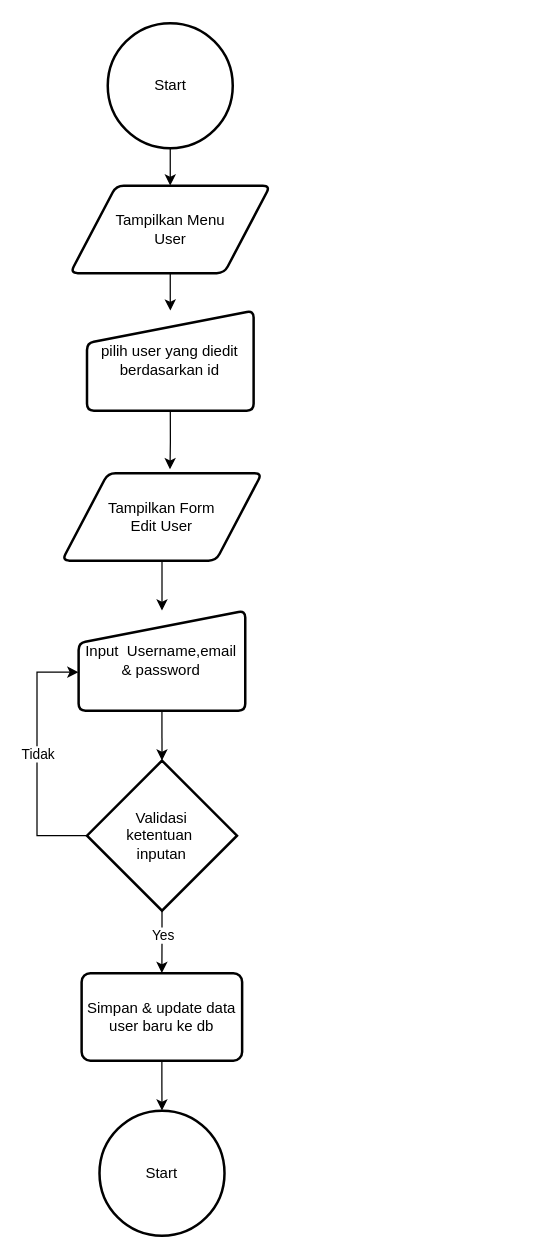
Erickdae06/SKRIPSI keeps this draw.io diagram as page "edit user" (4 of 7) of Flowchart Login Auth.drawio. Above is the earlier version. Source tidied: cells renumbered, new cells numbered last; positions are measured from the earlier drawing's top-left corner, leaving out a move shared by most shapes. Both pictures are drawn from the tidied source at 125%, with x=0, y=0 at pixel (36, 22).
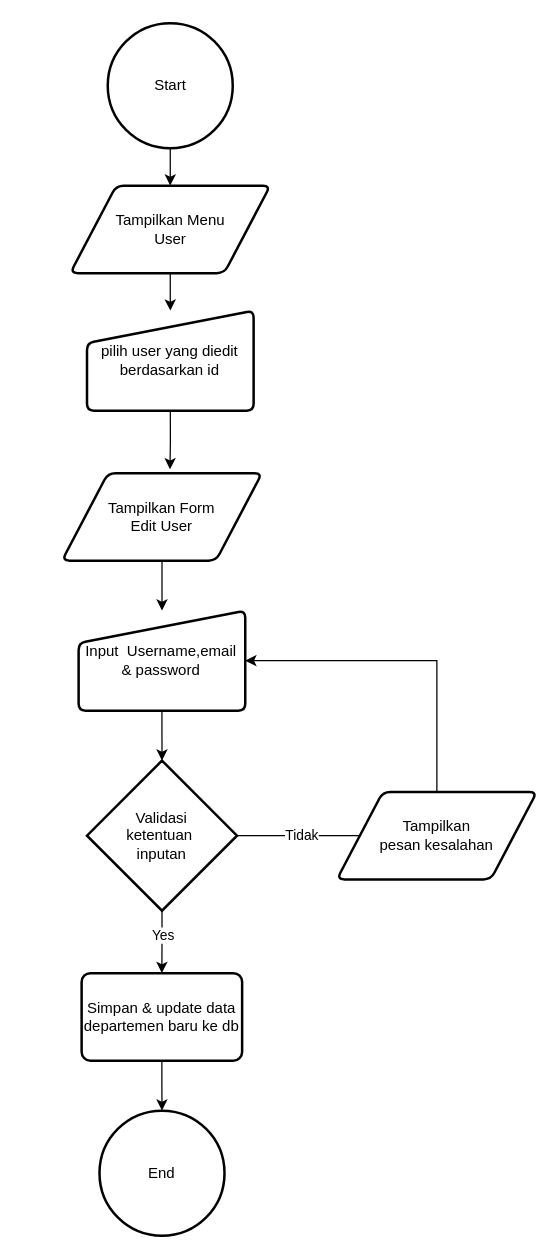
Above is the later version.

Unchanged cells that the change refers to:
```xml
<mxCell id="6" value="Validasi &lt;br&gt;ketentuan&amp;nbsp;&lt;br&gt;inputan" style="strokeWidth=2;html=1;shape=mxgraph.flowchart.decision;whiteSpace=wrap;" parent="1" vertex="1">
  <mxGeometry x="40.1" y="590" width="120" height="120" as="geometry" />
</mxCell>
<mxCell id="8" value="Input&amp;nbsp; Username,email &amp;amp; password" style="html=1;strokeWidth=2;shape=manualInput;whiteSpace=wrap;rounded=1;size=26;arcSize=11;" parent="1" vertex="1">
  <mxGeometry x="33.4" y="470" width="133.3" height="80" as="geometry" />
</mxCell>
```

Diff of the diagram source:
```diff
@@
-    <mxCell id="7" value="Simpan &amp;amp; update data user baru ke db" style="rounded=1;whiteSpace=wrap;html=1;absoluteArcSize=1;arcSize=14;strokeWidth=2;" parent="1" vertex="1">
+    <mxCell id="7" value="Simpan &amp;amp; update data departemen baru ke db" style="rounded=1;whiteSpace=wrap;html=1;absoluteArcSize=1;arcSize=14;strokeWidth=2;" parent="1" vertex="1">
       <mxGeometry x="35.8" y="760" width="128.4" height="70" as="geometry" />
     </mxCell>
@@
-    <mxCell id="12" style="edgeStyle=orthogonalEdgeStyle;rounded=0;jettySize=auto;html=1;exitX=0;exitY=0.5;exitDx=0;exitDy=0;exitPerimeter=0;entryX=-0.001;entryY=0.615;entryDx=0;entryDy=0;entryPerimeter=0;" parent="1" edge="1" source="6" target="8">
-      <mxGeometry relative="1" as="geometry">
-        <Array as="points">
-          <mxPoint x="0.1" y="650" />
-          <mxPoint x="0.1" y="519" />
-        </Array>
-      </mxGeometry>
-    </mxCell>
-    <mxCell id="13" value="Tidak" style="edgeLabel;html=1;align=center;verticalAlign=middle;" parent="12" vertex="1">
-      <mxGeometry x="0.04" relative="1" as="geometry" />
-    </mxCell>
@@
-    <mxCell id="18" value="Start" style="strokeWidth=2;html=1;shape=mxgraph.flowchart.start_2;whiteSpace=wrap;" parent="1" vertex="1">
+    <mxCell id="18" value="End" style="strokeWidth=2;html=1;shape=mxgraph.flowchart.start_2;whiteSpace=wrap;" parent="1" vertex="1">
       <mxGeometry x="50.1" y="870" width="100" height="100" as="geometry" />
     </mxCell>
@@
+    <mxCell id="20" style="edgeStyle=orthogonalEdgeStyle;rounded=0;jettySize=auto;html=1;exitX=0.5;exitY=0;exitDx=0;exitDy=0;entryX=1;entryY=0.5;entryDx=0;entryDy=0;" parent="1" edge="1" source="21" target="8">
+      <mxGeometry relative="1" as="geometry" />
+    </mxCell>
+    <mxCell id="21" value="Tampilkan &lt;br&gt;pesan kesalahan" style="shape=parallelogram;html=1;strokeWidth=2;perimeter=parallelogramPerimeter;whiteSpace=wrap;rounded=1;arcSize=12;size=0.23;" parent="1" vertex="1">
+      <mxGeometry x="240" y="615" width="160" height="70" as="geometry" />
+    </mxCell>
+    <mxCell id="22" style="endArrow=none;html=1;rounded=0;exitX=1;exitY=0.5;exitDx=0;exitDy=0;exitPerimeter=0;" parent="1" edge="1" source="6" target="21">
+      <mxGeometry relative="1" as="geometry" />
+    </mxCell>
+    <mxCell id="13" value="Tidak" style="edgeLabel;html=1;align=center;verticalAlign=middle;" parent="22" vertex="1">
+      <mxGeometry x="0.03" y="1" relative="1" as="geometry" />
+    </mxCell>
```
